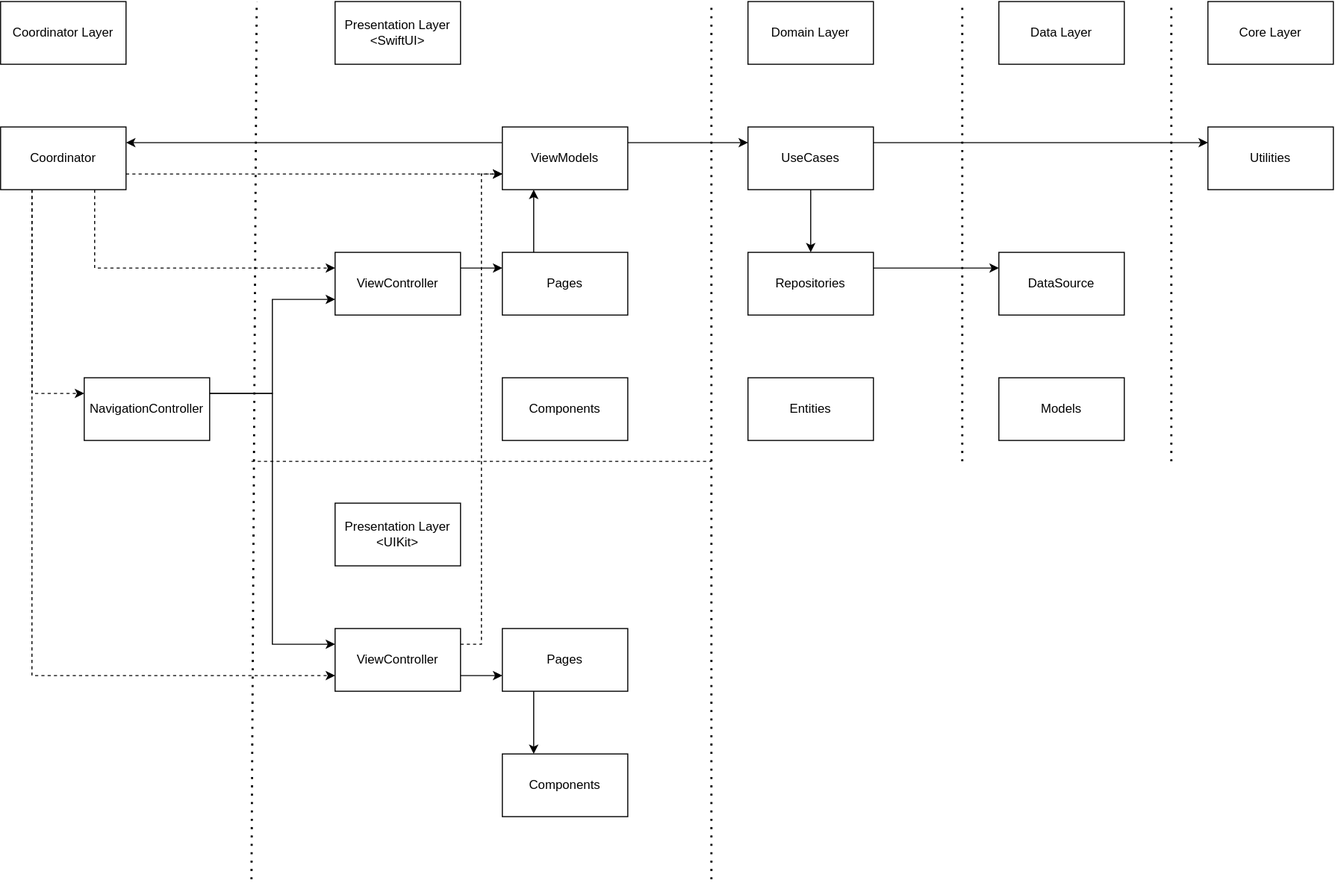
jasonrichdarmawan/ProtocolExample keeps this draw.io diagram as assets/MRT Jakarta Navigation Use Cases-Clean Architecture Programming.drawio.svg. Above is the earlier version. Source tidied: cells renumbered, new cells last; positions are measured from the earlier drawing's top-left corner, leaving out a move shared by most shapes.
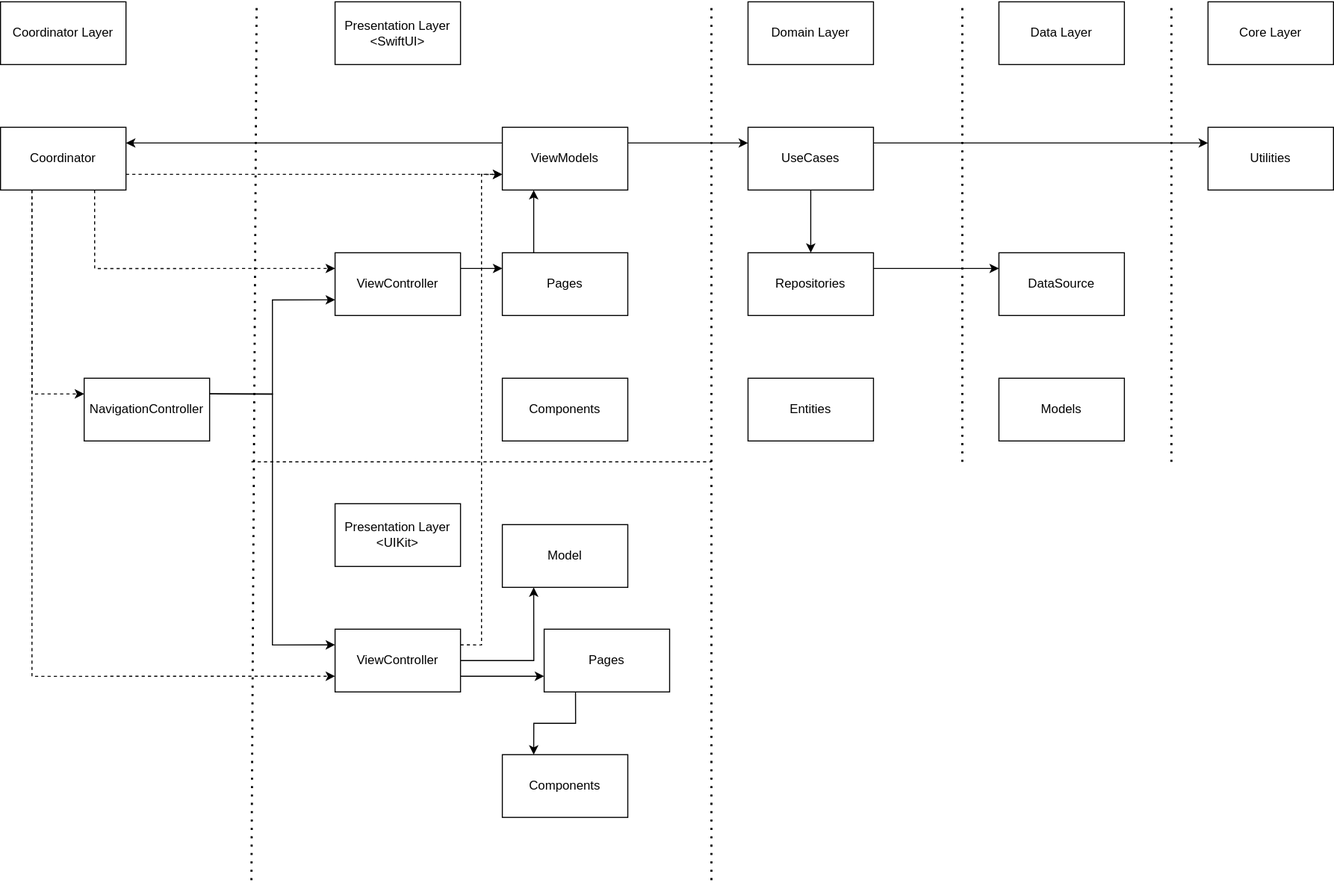
After the change.

Commit message:
chore: update design pattern

The edit, as a diff of the source:
```diff
@@ -123,7 +123,7 @@
       <mxGeometry relative="1" as="geometry" />
     </mxCell>
     <mxCell id="38" value="Pages" style="rounded=0;whiteSpace=wrap;html=1;" parent="1" vertex="1">
-      <mxGeometry x="480" y="600" width="120" height="60" as="geometry" />
+      <mxGeometry x="520" y="600" width="120" height="60" as="geometry" />
     </mxCell>
     <mxCell id="39" value="Components" style="rounded=0;whiteSpace=wrap;html=1;" parent="1" vertex="1">
       <mxGeometry x="480" y="720" width="120" height="60" as="geometry" />
@@ -134,6 +134,9 @@
     <mxCell id="41" style="edgeStyle=orthogonalEdgeStyle;rounded=0;jettySize=auto;html=1;entryX=0;entryY=0.75;entryDx=0;entryDy=0;dashed=1;exitX=1;exitY=0.25;exitDx=0;exitDy=0;" parent="1" edge="1" source="42" target="7">
       <mxGeometry relative="1" as="geometry" />
     </mxCell>
+    <mxCell id="44" style="edgeStyle=orthogonalEdgeStyle;rounded=0;jettySize=auto;html=1;entryX=0.25;entryY=1;entryDx=0;entryDy=0;" parent="1" edge="1" source="42" target="45">
+      <mxGeometry relative="1" as="geometry" />
+    </mxCell>
     <mxCell id="42" value="ViewController" style="rounded=0;whiteSpace=wrap;html=1;" parent="1" vertex="1">
       <mxGeometry x="320" y="600" width="120" height="60" as="geometry" />
     </mxCell>
@@ -143,5 +146,8 @@
         <mxPoint x="680" y="440" as="targetPoint" />
       </mxGeometry>
     </mxCell>
+    <mxCell id="45" value="Model" style="rounded=0;whiteSpace=wrap;html=1;" parent="1" vertex="1">
+      <mxGeometry x="480" y="500" width="120" height="60" as="geometry" />
+    </mxCell>
   </root>
 </mxGraphModel>
```
